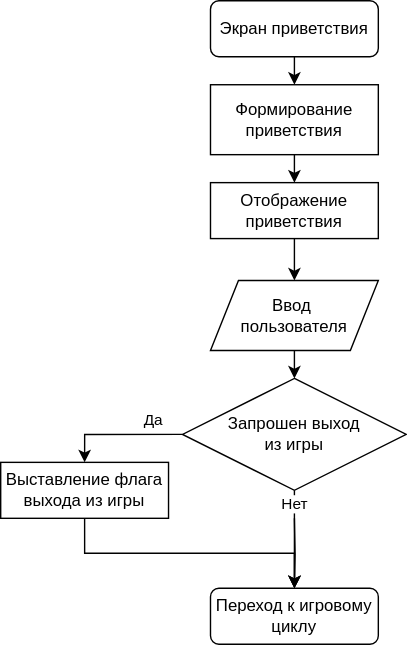
Earlier version of the draw.io export report/Экран приветствия.drawio.svg (zhigunovsemyon/2048). Source tidied: cells renumbered, new cells last; positions are measured from the earlier drawing's top-left corner, leaving out a move shared by most shapes. Source of this version:
```xml
<mxGraphModel>
  <root>
    <mxCell id="0" />
    <mxCell id="1" parent="0" />
    <mxCell id="2" style="edgeStyle=orthogonalEdgeStyle;rounded=0;jettySize=auto;html=1;exitX=0.5;exitY=1;exitDx=0;exitDy=0;entryX=0.5;entryY=0;entryDx=0;entryDy=0;" parent="1" edge="1" source="3" target="7">
      <mxGeometry relative="1" as="geometry" />
    </mxCell>
    <mxCell id="3" value="Экран приветствия" style="rounded=1;whiteSpace=wrap;html=1;" parent="1" vertex="1">
      <mxGeometry x="150" width="120" height="40" as="geometry" />
    </mxCell>
    <mxCell id="4" style="edgeStyle=orthogonalEdgeStyle;rounded=0;orthogonalLoop=1;jettySize=auto;html=1;exitX=0.5;exitY=1;exitDx=0;exitDy=0;" parent="1" edge="1" source="3" target="3">
      <mxGeometry relative="1" as="geometry" />
    </mxCell>
    <mxCell id="5" value="Переход к игровому циклу" style="rounded=1;whiteSpace=wrap;html=1;" parent="1" vertex="1">
      <mxGeometry x="150" y="420" width="120" height="40" as="geometry" />
    </mxCell>
    <mxCell id="6" style="edgeStyle=orthogonalEdgeStyle;rounded=0;jettySize=auto;html=1;exitX=0.5;exitY=1;exitDx=0;exitDy=0;entryX=0.5;entryY=0;entryDx=0;entryDy=0;" parent="1" edge="1" source="7" target="9">
      <mxGeometry relative="1" as="geometry" />
    </mxCell>
    <mxCell id="7" value="Формирование приветствия" style="rounded=0;whiteSpace=wrap;html=1;" parent="1" vertex="1">
      <mxGeometry x="150" y="60" width="120" height="50" as="geometry" />
    </mxCell>
    <mxCell id="8" style="edgeStyle=orthogonalEdgeStyle;rounded=0;jettySize=auto;html=1;exitX=0.5;exitY=1;exitDx=0;exitDy=0;entryX=0.5;entryY=0;entryDx=0;entryDy=0;" parent="1" edge="1" source="9">
      <mxGeometry relative="1" as="geometry">
        <mxPoint x="210" y="200" as="targetPoint" />
      </mxGeometry>
    </mxCell>
    <mxCell id="9" value="Отображение приветствия" style="rounded=0;whiteSpace=wrap;html=1;" parent="1" vertex="1">
      <mxGeometry x="150" y="130" width="120" height="40" as="geometry" />
    </mxCell>
    <mxCell id="10" style="edgeStyle=orthogonalEdgeStyle;rounded=0;jettySize=auto;html=1;exitX=0.5;exitY=1;exitDx=0;exitDy=0;entryX=0.5;entryY=0;entryDx=0;entryDy=0;" parent="1" edge="1" target="5">
      <mxGeometry relative="1" as="geometry">
        <mxPoint x="210" y="370" as="sourcePoint" />
      </mxGeometry>
    </mxCell>
    <mxCell id="11" style="edgeStyle=orthogonalEdgeStyle;rounded=0;jettySize=auto;html=1;exitX=0.5;exitY=1;exitDx=0;exitDy=0;entryX=0.5;entryY=0;entryDx=0;entryDy=0;" parent="1" edge="1" source="12" target="17">
      <mxGeometry relative="1" as="geometry" />
    </mxCell>
    <mxCell id="12" value="&lt;div&gt;Ввод&amp;nbsp;&lt;/div&gt;&lt;div&gt;пользователя&lt;/div&gt;" style="shape=parallelogram;perimeter=parallelogramPerimeter;whiteSpace=wrap;html=1;fixedSize=1;" parent="1" vertex="1">
      <mxGeometry x="150" y="200" width="120" height="50" as="geometry" />
    </mxCell>
    <mxCell id="13" style="edgeStyle=orthogonalEdgeStyle;rounded=0;jettySize=auto;html=1;exitX=0;exitY=0.5;exitDx=0;exitDy=0;entryX=0.5;entryY=0;entryDx=0;entryDy=0;" parent="1" edge="1" source="17" target="19">
      <mxGeometry relative="1" as="geometry" />
    </mxCell>
    <mxCell id="14" value="Да" style="edgeLabel;html=1;align=center;verticalAlign=middle;" parent="13" vertex="1">
      <mxGeometry x="-0.51" y="1" relative="1" as="geometry">
        <mxPoint y="-11" as="offset" />
      </mxGeometry>
    </mxCell>
    <mxCell id="15" style="edgeStyle=orthogonalEdgeStyle;rounded=0;jettySize=auto;html=1;exitX=0.5;exitY=1;exitDx=0;exitDy=0;entryX=0.5;entryY=0;entryDx=0;entryDy=0;" parent="1" edge="1" source="17" target="5">
      <mxGeometry relative="1" as="geometry" />
    </mxCell>
    <mxCell id="16" value="Нет" style="edgeLabel;html=1;align=center;verticalAlign=middle;" parent="15" vertex="1">
      <mxGeometry x="-0.73" relative="1" as="geometry" />
    </mxCell>
    <mxCell id="17" value="&lt;div&gt;Запрошен выход&lt;/div&gt;из игры" style="rhombus;whiteSpace=wrap;html=1;" parent="1" vertex="1">
      <mxGeometry x="130" y="270" width="160" height="80" as="geometry" />
    </mxCell>
    <mxCell id="18" style="edgeStyle=orthogonalEdgeStyle;rounded=0;jettySize=auto;html=1;exitX=0.5;exitY=1;exitDx=0;exitDy=0;entryX=0.5;entryY=0;entryDx=0;entryDy=0;" parent="1" edge="1" source="19" target="5">
      <mxGeometry relative="1" as="geometry" />
    </mxCell>
    <mxCell id="19" value="Выставление флага выхода из игры" style="rounded=0;whiteSpace=wrap;html=1;" parent="1" vertex="1">
      <mxGeometry y="330" width="120" height="40" as="geometry" />
    </mxCell>
  </root>
</mxGraphModel>
```
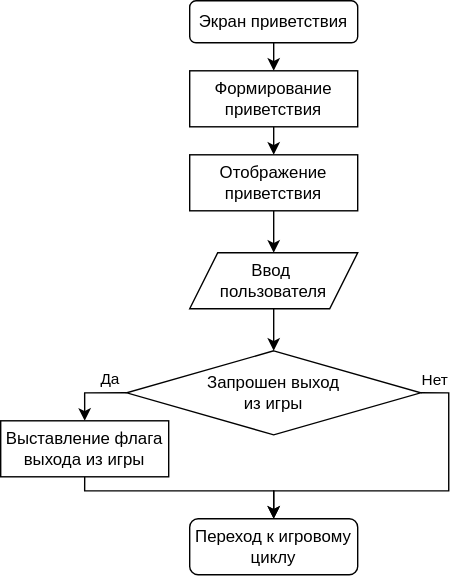
The same file after the commit.

Commit message:
Усадил экран приветствия на месте

Diff of the diagram source:
```diff
@@ -6,38 +6,33 @@
       <mxGeometry relative="1" as="geometry" />
     </mxCell>
     <mxCell id="3" value="Экран приветствия" style="rounded=1;whiteSpace=wrap;html=1;" parent="1" vertex="1">
-      <mxGeometry x="150" width="120" height="40" as="geometry" />
+      <mxGeometry x="175" y="20" width="120" height="30" as="geometry" />
     </mxCell>
     <mxCell id="4" style="edgeStyle=orthogonalEdgeStyle;rounded=0;orthogonalLoop=1;jettySize=auto;html=1;exitX=0.5;exitY=1;exitDx=0;exitDy=0;" parent="1" edge="1" source="3" target="3">
       <mxGeometry relative="1" as="geometry" />
     </mxCell>
     <mxCell id="5" value="Переход к игровому циклу" style="rounded=1;whiteSpace=wrap;html=1;" parent="1" vertex="1">
-      <mxGeometry x="150" y="420" width="120" height="40" as="geometry" />
+      <mxGeometry x="175" y="390" width="120" height="40" as="geometry" />
     </mxCell>
     <mxCell id="6" style="edgeStyle=orthogonalEdgeStyle;rounded=0;jettySize=auto;html=1;exitX=0.5;exitY=1;exitDx=0;exitDy=0;entryX=0.5;entryY=0;entryDx=0;entryDy=0;" parent="1" edge="1" source="7" target="9">
       <mxGeometry relative="1" as="geometry" />
     </mxCell>
     <mxCell id="7" value="Формирование приветствия" style="rounded=0;whiteSpace=wrap;html=1;" parent="1" vertex="1">
-      <mxGeometry x="150" y="60" width="120" height="50" as="geometry" />
+      <mxGeometry x="175" y="70" width="120" height="40" as="geometry" />
     </mxCell>
     <mxCell id="8" style="edgeStyle=orthogonalEdgeStyle;rounded=0;jettySize=auto;html=1;exitX=0.5;exitY=1;exitDx=0;exitDy=0;entryX=0.5;entryY=0;entryDx=0;entryDy=0;" parent="1" edge="1" source="9">
       <mxGeometry relative="1" as="geometry">
-        <mxPoint x="210" y="200" as="targetPoint" />
+        <mxPoint x="235" y="200" as="targetPoint" />
       </mxGeometry>
     </mxCell>
     <mxCell id="9" value="Отображение приветствия" style="rounded=0;whiteSpace=wrap;html=1;" parent="1" vertex="1">
-      <mxGeometry x="150" y="130" width="120" height="40" as="geometry" />
+      <mxGeometry x="175" y="130" width="120" height="40" as="geometry" />
     </mxCell>
-    <mxCell id="10" style="edgeStyle=orthogonalEdgeStyle;rounded=0;jettySize=auto;html=1;exitX=0.5;exitY=1;exitDx=0;exitDy=0;entryX=0.5;entryY=0;entryDx=0;entryDy=0;" parent="1" edge="1" target="5">
-      <mxGeometry relative="1" as="geometry">
-        <mxPoint x="210" y="370" as="sourcePoint" />
-      </mxGeometry>
-    </mxCell>
     <mxCell id="11" style="edgeStyle=orthogonalEdgeStyle;rounded=0;jettySize=auto;html=1;exitX=0.5;exitY=1;exitDx=0;exitDy=0;entryX=0.5;entryY=0;entryDx=0;entryDy=0;" parent="1" edge="1" source="12" target="17">
       <mxGeometry relative="1" as="geometry" />
     </mxCell>
     <mxCell id="12" value="&lt;div&gt;Ввод&amp;nbsp;&lt;/div&gt;&lt;div&gt;пользователя&lt;/div&gt;" style="shape=parallelogram;perimeter=parallelogramPerimeter;whiteSpace=wrap;html=1;fixedSize=1;" parent="1" vertex="1">
-      <mxGeometry x="150" y="200" width="120" height="50" as="geometry" />
+      <mxGeometry x="175" y="200" width="120" height="40" as="geometry" />
     </mxCell>
     <mxCell id="13" style="edgeStyle=orthogonalEdgeStyle;rounded=0;jettySize=auto;html=1;exitX=0;exitY=0.5;exitDx=0;exitDy=0;entryX=0.5;entryY=0;entryDx=0;entryDy=0;" parent="1" edge="1" source="17" target="19">
       <mxGeometry relative="1" as="geometry" />
@@ -47,20 +42,33 @@
         <mxPoint y="-11" as="offset" />
       </mxGeometry>
     </mxCell>
-    <mxCell id="15" style="edgeStyle=orthogonalEdgeStyle;rounded=0;jettySize=auto;html=1;exitX=0.5;exitY=1;exitDx=0;exitDy=0;entryX=0.5;entryY=0;entryDx=0;entryDy=0;" parent="1" edge="1" source="17" target="5">
-      <mxGeometry relative="1" as="geometry" />
+    <mxCell id="15" style="edgeStyle=orthogonalEdgeStyle;rounded=0;jettySize=auto;html=1;exitX=1;exitY=0.5;exitDx=0;exitDy=0;entryX=0.5;entryY=0;entryDx=0;entryDy=0;" parent="1" edge="1" source="17" target="5">
+      <mxGeometry relative="1" as="geometry">
+        <Array as="points">
+          <mxPoint x="360" y="300" />
+          <mxPoint x="360" y="370" />
+          <mxPoint x="235" y="370" />
+        </Array>
+      </mxGeometry>
     </mxCell>
     <mxCell id="16" value="Нет" style="edgeLabel;html=1;align=center;verticalAlign=middle;" parent="15" vertex="1">
-      <mxGeometry x="-0.73" relative="1" as="geometry" />
+      <mxGeometry x="-0.73" relative="1" as="geometry">
+        <mxPoint x="-10" y="-22" as="offset" />
+      </mxGeometry>
     </mxCell>
     <mxCell id="17" value="&lt;div&gt;Запрошен выход&lt;/div&gt;из игры" style="rhombus;whiteSpace=wrap;html=1;" parent="1" vertex="1">
-      <mxGeometry x="130" y="270" width="160" height="80" as="geometry" />
+      <mxGeometry x="130" y="270" width="210" height="60" as="geometry" />
     </mxCell>
     <mxCell id="18" style="edgeStyle=orthogonalEdgeStyle;rounded=0;jettySize=auto;html=1;exitX=0.5;exitY=1;exitDx=0;exitDy=0;entryX=0.5;entryY=0;entryDx=0;entryDy=0;" parent="1" edge="1" source="19" target="5">
-      <mxGeometry relative="1" as="geometry" />
+      <mxGeometry relative="1" as="geometry">
+        <Array as="points">
+          <mxPoint x="100" y="370" />
+          <mxPoint x="235" y="370" />
+        </Array>
+      </mxGeometry>
     </mxCell>
     <mxCell id="19" value="Выставление флага выхода из игры" style="rounded=0;whiteSpace=wrap;html=1;" parent="1" vertex="1">
-      <mxGeometry y="330" width="120" height="40" as="geometry" />
+      <mxGeometry x="40" y="320" width="120" height="40" as="geometry" />
     </mxCell>
   </root>
 </mxGraphModel>
```
